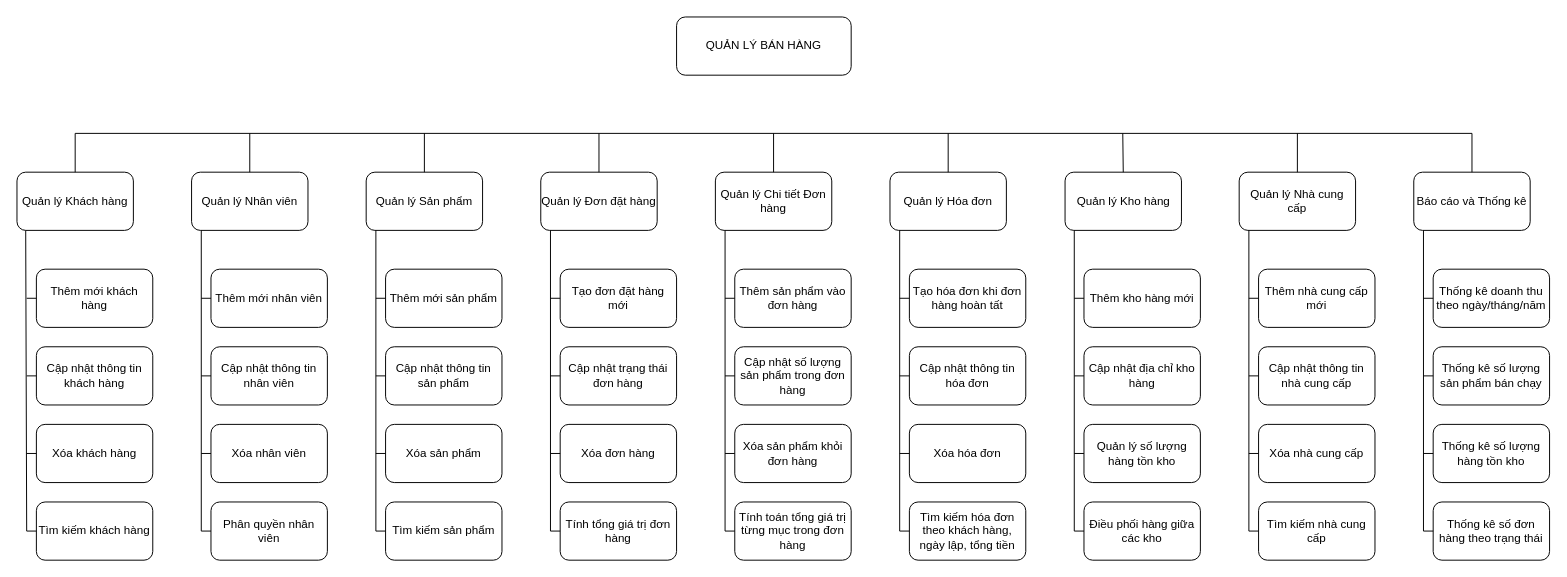
This is Biểu đồ không có tiêu đề.drawio from lehaingoc/KLTN, a draw.io file, before an edit. Source tidied: cells renumbered, new cells numbered last; positions are measured from the earlier drawing's top-left corner, leaving out a move shared by most shapes. Both pictures are drawn from the tidied source at 97%, with x=0, y=0 at pixel (16, 16).
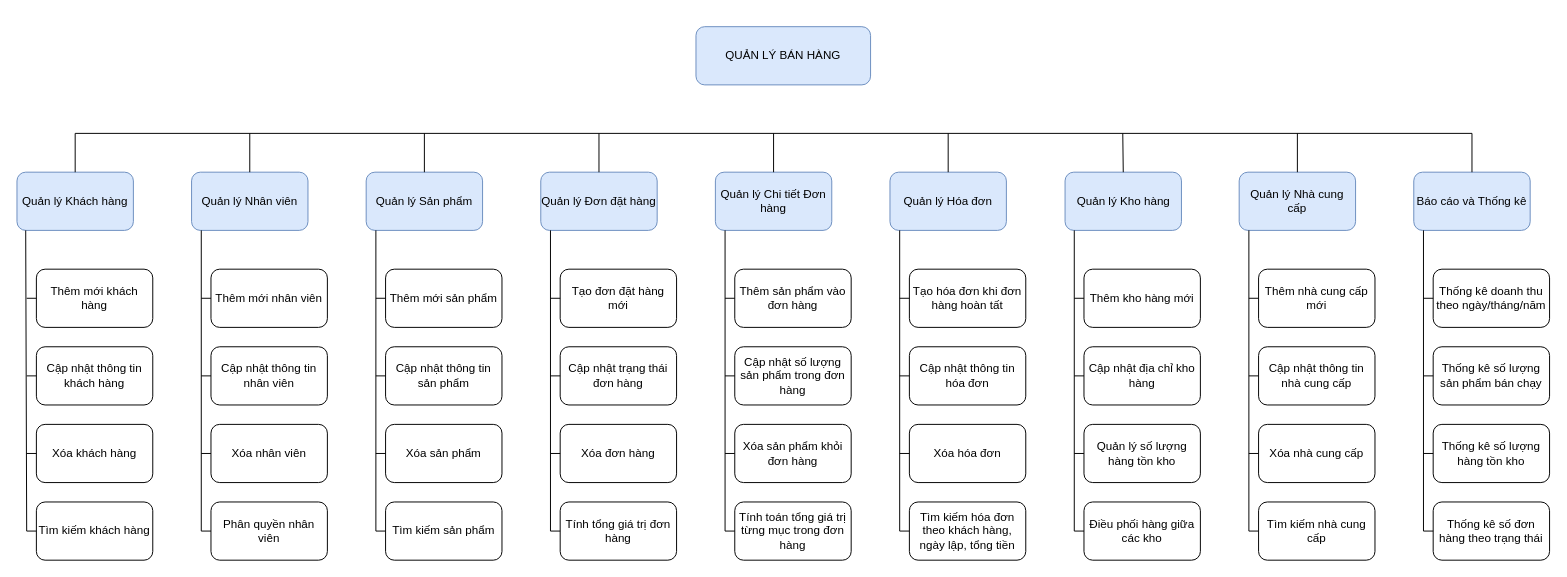
The same diagram, later.

Diff of the diagram source:
```diff
@@
-    <mxCell id="2" value="QUẢN LÝ BÁN HÀNG" style="rounded=1;whiteSpace=wrap;html=1;" parent="1" vertex="1">
-      <mxGeometry x="680" width="180" height="60" as="geometry" />
+    <mxCell id="2" value="QUẢN LÝ BÁN HÀNG" style="rounded=1;whiteSpace=wrap;html=1;fillColor=#dae8fc;strokeColor=#6c8ebf;" parent="1" vertex="1">
+      <mxGeometry x="700" y="10" width="180" height="60" as="geometry" />
     </mxCell>
-    <mxCell id="3" value="Quản lý Khách hàng" style="rounded=1;whiteSpace=wrap;html=1;" parent="1" vertex="1">
+    <mxCell id="3" value="Quản lý Khách hàng" style="rounded=1;whiteSpace=wrap;html=1;fillColor=#dae8fc;strokeColor=#6c8ebf;" parent="1" vertex="1">
       <mxGeometry y="160" width="120" height="60" as="geometry" />
     </mxCell>
-    <mxCell id="4" value="Quản lý Nhân viên" style="rounded=1;whiteSpace=wrap;html=1;" parent="1" vertex="1">
+    <mxCell id="4" value="Quản lý Nhân viên" style="rounded=1;whiteSpace=wrap;html=1;fillColor=#dae8fc;strokeColor=#6c8ebf;" parent="1" vertex="1">
       <mxGeometry x="180" y="160" width="120" height="60" as="geometry" />
     </mxCell>
-    <mxCell id="5" value="Quản lý Sản phẩm" style="rounded=1;whiteSpace=wrap;html=1;" parent="1" vertex="1">
+    <mxCell id="5" value="Quản lý Sản phẩm" style="rounded=1;whiteSpace=wrap;html=1;fillColor=#dae8fc;strokeColor=#6c8ebf;" parent="1" vertex="1">
       <mxGeometry x="360" y="160" width="120" height="60" as="geometry" />
     </mxCell>
-    <mxCell id="6" value="Quản lý Đơn đặt hàng" style="rounded=1;whiteSpace=wrap;html=1;" parent="1" vertex="1">
+    <mxCell id="6" value="Quản lý Đơn đặt hàng" style="rounded=1;whiteSpace=wrap;html=1;fillColor=#dae8fc;strokeColor=#6c8ebf;" parent="1" vertex="1">
       <mxGeometry x="540" y="160" width="120" height="60" as="geometry" />
     </mxCell>
-    <mxCell id="7" value="Quản lý Chi tiết Đơn hàng" style="rounded=1;whiteSpace=wrap;html=1;" parent="1" vertex="1">
+    <mxCell id="7" value="Quản lý Chi tiết Đơn hàng" style="rounded=1;whiteSpace=wrap;html=1;fillColor=#dae8fc;strokeColor=#6c8ebf;" parent="1" vertex="1">
       <mxGeometry x="720" y="160" width="120" height="60" as="geometry" />
     </mxCell>
-    <mxCell id="8" value="Quản lý Hóa đơn" style="rounded=1;whiteSpace=wrap;html=1;" parent="1" vertex="1">
+    <mxCell id="8" value="Quản lý Hóa đơn" style="rounded=1;whiteSpace=wrap;html=1;fillColor=#dae8fc;strokeColor=#6c8ebf;" parent="1" vertex="1">
       <mxGeometry x="900" y="160" width="120" height="60" as="geometry" />
     </mxCell>
-    <mxCell id="9" value="Quản lý Kho hàng" style="rounded=1;whiteSpace=wrap;html=1;" parent="1" vertex="1">
+    <mxCell id="9" value="Quản lý Kho hàng" style="rounded=1;whiteSpace=wrap;html=1;fillColor=#dae8fc;strokeColor=#6c8ebf;" parent="1" vertex="1">
       <mxGeometry x="1080.5" y="160" width="120" height="60" as="geometry" />
     </mxCell>
-    <mxCell id="10" value="Quản lý Nhà cung cấp" style="rounded=1;whiteSpace=wrap;html=1;" parent="1" vertex="1">
+    <mxCell id="10" value="Quản lý Nhà cung cấp" style="rounded=1;whiteSpace=wrap;html=1;fillColor=#dae8fc;strokeColor=#6c8ebf;" parent="1" vertex="1">
       <mxGeometry x="1260" y="160" width="120" height="60" as="geometry" />
     </mxCell>
-    <mxCell id="11" value="Báo cáo và Thống kê" style="rounded=1;whiteSpace=wrap;html=1;" parent="1" vertex="1">
+    <mxCell id="11" value="Báo cáo và Thống kê" style="rounded=1;whiteSpace=wrap;html=1;fillColor=#dae8fc;strokeColor=#6c8ebf;" parent="1" vertex="1">
       <mxGeometry x="1440" y="160" width="120" height="60" as="geometry" />
     </mxCell>
```
